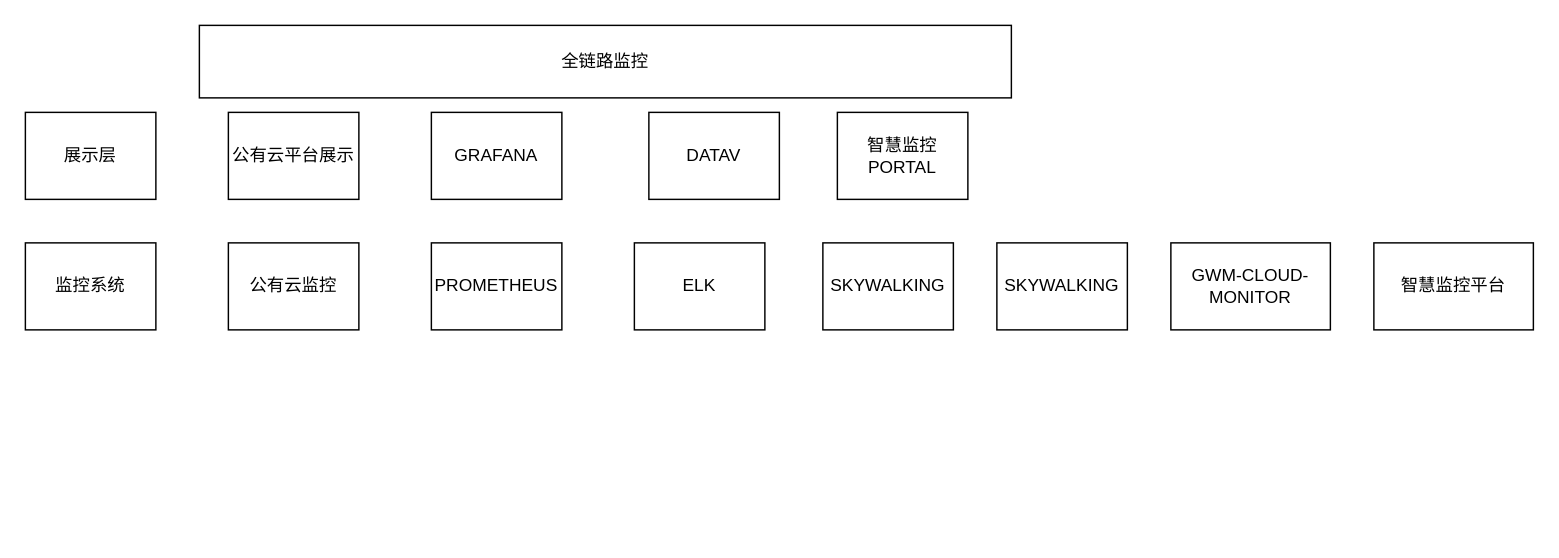
tengxiao/zabbix-report keeps this draw.io diagram as 全链路监控.drawio. Above is the earlier version. Source tidied: cells renumbered, new cells numbered last; positions are measured from the earlier drawing's top-left corner, leaving out a move shared by most shapes. Both pictures are drawn from the tidied source at 145%, with x=0, y=0 at pixel (25, 25).
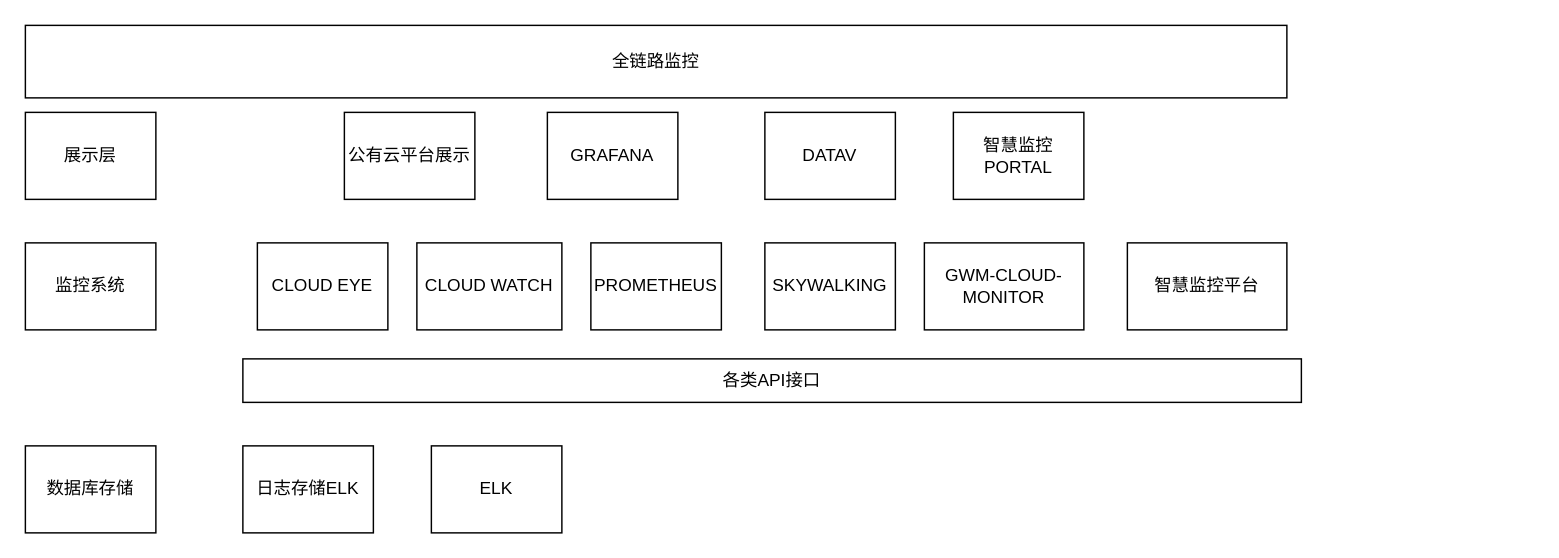
The same page after the edit.

Commit message (it also covers changes not shown here):
更新全链路监控.drawio

The edit, as a diff of the source:
```diff
@@
 <mxGraphModel>
   <root>
     <mxCell id="0" />
     <mxCell id="1" parent="0" />
     <mxCell id="2" value="全链路监控" style="rounded=0;whiteSpace=wrap;html=1;" parent="1" vertex="1">
-      <mxGeometry x="120" width="560" height="50" as="geometry" />
+      <mxGeometry width="870" height="50" as="geometry" />
     </mxCell>
     <mxCell id="3" value="展示层" style="rounded=0;whiteSpace=wrap;html=1;" parent="1" vertex="1">
       <mxGeometry y="60" width="90" height="60" as="geometry" />
     </mxCell>
     <mxCell id="4" value="公有云平台展示" style="rounded=0;whiteSpace=wrap;html=1;" parent="1" vertex="1">
-      <mxGeometry x="140" y="60" width="90" height="60" as="geometry" />
+      <mxGeometry x="220" y="60" width="90" height="60" as="geometry" />
     </mxCell>
     <mxCell id="5" value="GRAFANA" style="rounded=0;whiteSpace=wrap;html=1;" parent="1" vertex="1">
-      <mxGeometry x="280" y="60" width="90" height="60" as="geometry" />
+      <mxGeometry x="360" y="60" width="90" height="60" as="geometry" />
     </mxCell>
     <mxCell id="6" value="DATAV" style="rounded=0;whiteSpace=wrap;html=1;" parent="1" vertex="1">
-      <mxGeometry x="430" y="60" width="90" height="60" as="geometry" />
+      <mxGeometry x="510" y="60" width="90" height="60" as="geometry" />
     </mxCell>
     <mxCell id="7" value="智慧监控PORTAL" style="rounded=0;whiteSpace=wrap;html=1;" parent="1" vertex="1">
-      <mxGeometry x="560" y="60" width="90" height="60" as="geometry" />
+      <mxGeometry x="640" y="60" width="90" height="60" as="geometry" />
     </mxCell>
     <mxCell id="8" value="监控系统" style="rounded=0;whiteSpace=wrap;html=1;" parent="1" vertex="1">
       <mxGeometry y="150" width="90" height="60" as="geometry" />
     </mxCell>
-    <mxCell id="9" value="公有云监控" style="rounded=0;whiteSpace=wrap;html=1;" parent="1" vertex="1">
-      <mxGeometry x="140" y="150" width="90" height="60" as="geometry" />
+    <mxCell id="9" value="CLOUD EYE" style="rounded=0;whiteSpace=wrap;html=1;" parent="1" vertex="1">
+      <mxGeometry x="160" y="150" width="90" height="60" as="geometry" />
     </mxCell>
     <mxCell id="10" value="PROMETHEUS" style="rounded=0;whiteSpace=wrap;html=1;" parent="1" vertex="1">
-      <mxGeometry x="280" y="150" width="90" height="60" as="geometry" />
+      <mxGeometry x="390" y="150" width="90" height="60" as="geometry" />
     </mxCell>
-    <mxCell id="11" value="ELK" style="rounded=0;whiteSpace=wrap;html=1;" parent="1" vertex="1">
-      <mxGeometry x="420" y="150" width="90" height="60" as="geometry" />
+    <mxCell id="11" value="日志存储ELK" style="rounded=0;whiteSpace=wrap;html=1;" parent="1" vertex="1">
+      <mxGeometry x="150" y="290" width="90" height="60" as="geometry" />
     </mxCell>
-    <mxCell id="12" value="SKYWALKING" style="rounded=0;whiteSpace=wrap;html=1;" parent="1" vertex="1">
-      <mxGeometry x="550" y="150" width="90" height="60" as="geometry" />
-    </mxCell>
     <mxCell id="13" value="SKYWALKING" style="rounded=0;whiteSpace=wrap;html=1;" parent="1" vertex="1">
-      <mxGeometry x="670" y="150" width="90" height="60" as="geometry" />
+      <mxGeometry x="510" y="150" width="90" height="60" as="geometry" />
     </mxCell>
     <mxCell id="14" value="GWM-CLOUD-MONITOR" style="rounded=0;whiteSpace=wrap;html=1;" parent="1" vertex="1">
-      <mxGeometry x="790" y="150" width="110" height="60" as="geometry" />
+      <mxGeometry x="620" y="150" width="110" height="60" as="geometry" />
     </mxCell>
     <mxCell id="15" value="智慧监控平台" style="rounded=0;whiteSpace=wrap;html=1;" parent="1" vertex="1">
-      <mxGeometry x="930" y="150" width="110" height="60" as="geometry" />
+      <mxGeometry x="760" y="150" width="110" height="60" as="geometry" />
     </mxCell>
+    <mxCell id="16" value="数据库存储" style="rounded=0;whiteSpace=wrap;html=1;" parent="1" vertex="1">
+      <mxGeometry y="290" width="90" height="60" as="geometry" />
+    </mxCell>
+    <mxCell id="17" value="ELK" style="rounded=0;whiteSpace=wrap;html=1;" parent="1" vertex="1">
+      <mxGeometry x="280" y="290" width="90" height="60" as="geometry" />
+    </mxCell>
+    <mxCell id="18" value="各类API接口" style="rounded=0;whiteSpace=wrap;html=1;" parent="1" vertex="1">
+      <mxGeometry x="150" y="230" width="730" height="30" as="geometry" />
+    </mxCell>
+    <mxCell id="19" value="CLOUD WATCH" style="rounded=0;whiteSpace=wrap;html=1;" parent="1" vertex="1">
+      <mxGeometry x="270" y="150" width="100" height="60" as="geometry" />
+    </mxCell>
   </root>
 </mxGraphModel>
```
